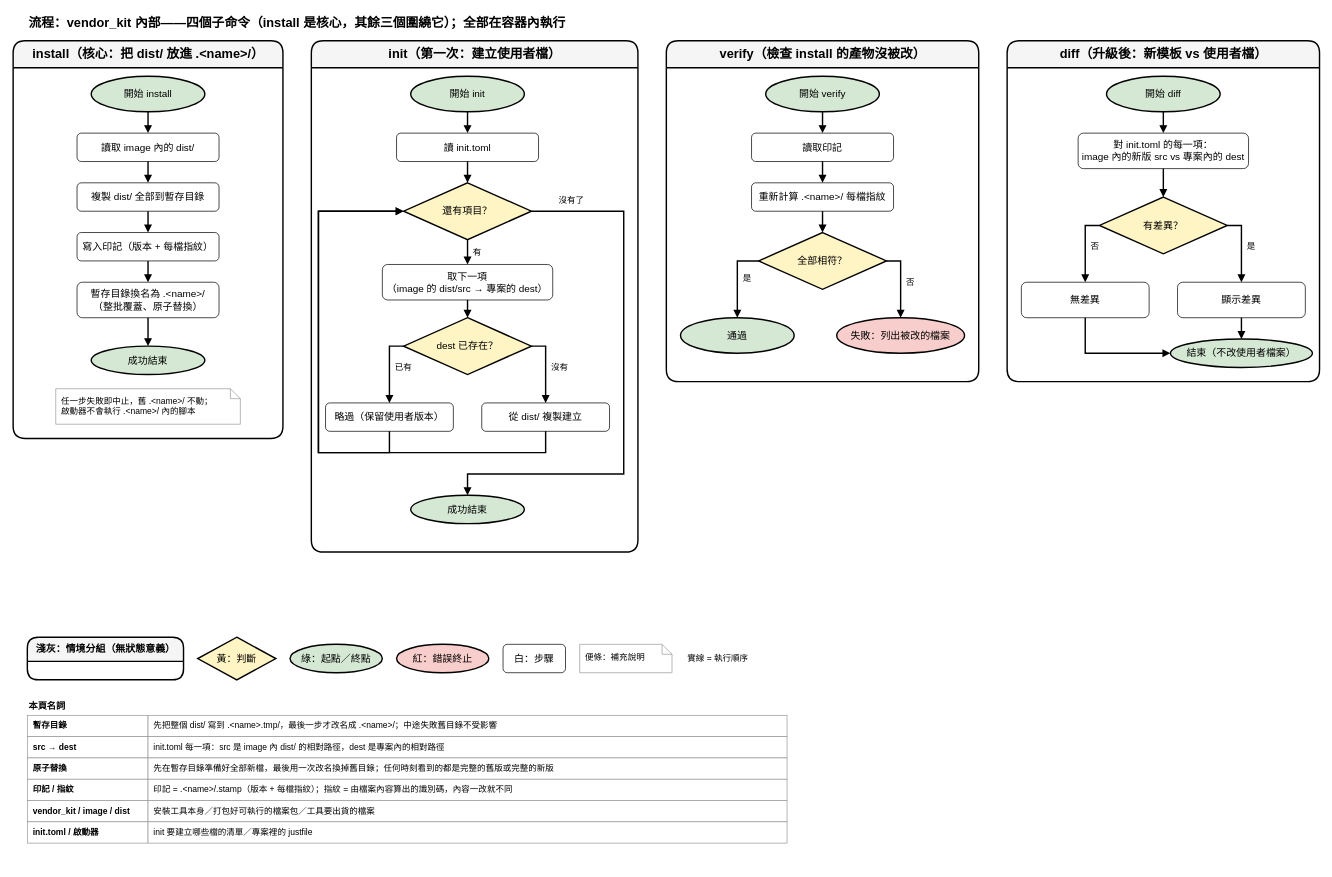
This is page "5. 流程：vendor_kit 內部" (5 of 7) of dist_distribution.drawio from ycpss91255-research/vendor_kit, a draw.io file, before an edit. Source tidied: cells renumbered, new cells numbered last; positions are measured from the earlier drawing's top-left corner, leaving out a move shared by most shapes. Both pictures are drawn from the tidied source at 71%, with x=0, y=0 at pixel (13, 12).
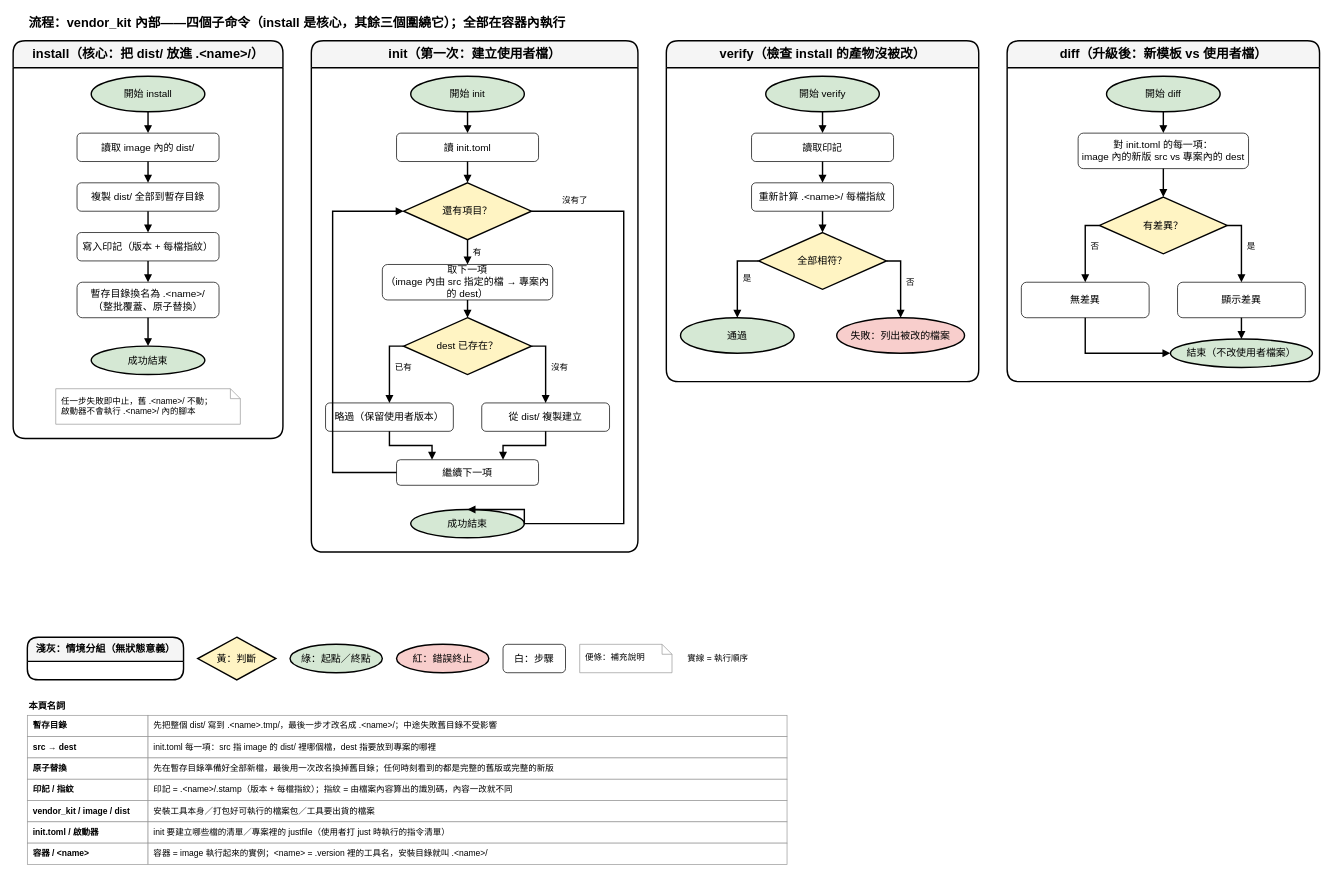
Above is the later version.

Unchanged cells that the change refers to:
```xml
<mxCell id="16" value="init（第一次：建立使用者檔）" style="swimlane;html=1;rounded=1;startSize=38;fontStyle=1;fontSize=18;fillColor=#f5f5f5;swimlaneFillColor=#ffffff;strokeColor=#000000;strokeWidth=2;" parent="1" vertex="1">
  <mxGeometry x="420" y="40" width="460" height="720" as="geometry" />
</mxCell>
<mxCell id="19" value="還有項目？" style="rhombus;whiteSpace=wrap;html=1;fillColor=#FFF4C3;strokeColor=#000000;strokeWidth=2;fontSize=14;" parent="16" vertex="1">
  <mxGeometry x="130" y="200" width="180" height="80" as="geometry" />
</mxCell>
<mxCell id="22" value="略過（保留使用者版本）" style="rounded=1;whiteSpace=wrap;html=1;fillColor=#ffffff;strokeColor=light-dark(#000000,#9577A3);fontSize=14;strokeWidth=1;" parent="16" vertex="1">
  <mxGeometry x="20" y="510" width="180" height="40" as="geometry" />
</mxCell>
<mxCell id="23" value="從 dist/ 複製建立" style="rounded=1;whiteSpace=wrap;html=1;fillColor=#ffffff;strokeColor=light-dark(#000000,#9577A3);fontSize=14;strokeWidth=1;" parent="16" vertex="1">
  <mxGeometry x="240" y="510" width="180" height="40" as="geometry" />
</mxCell>
```

What changed in the source:
```diff
@@
-    <mxCell id="20" value="取下一項&lt;br&gt;（image 的 dist/src → 專案的 dest）" style="rounded=1;whiteSpace=wrap;html=1;fillColor=#ffffff;strokeColor=light-dark(#000000,#9577A3);fontSize=14;strokeWidth=1;" parent="16" vertex="1">
+    <mxCell id="20" value="取下一項&lt;br&gt;（image 內由 src 指定的檔 → 專案內的 dest）" style="rounded=1;whiteSpace=wrap;html=1;fillColor=#ffffff;strokeColor=light-dark(#000000,#9577A3);fontSize=14;strokeWidth=1;" parent="16" vertex="1">
       <mxGeometry x="100" y="315" width="240" height="50" as="geometry" />
     </mxCell>
@@
+    <mxCell id="79" value="繼續下一項" style="rounded=1;whiteSpace=wrap;html=1;fillColor=#ffffff;strokeColor=light-dark(#000000,#9577A3);fontSize=14;strokeWidth=1;" parent="16" vertex="1">
+      <mxGeometry x="120" y="590" width="200" height="36" as="geometry" />
+    </mxCell>
     <mxCell id="24" value="成功結束" style="ellipse;whiteSpace=wrap;html=1;fillColor=#d5e8d4;strokeColor=#000000;strokeWidth=2;fontSize=14;" parent="16" vertex="1">
-      <mxGeometry x="140" y="640" width="160" height="40" as="geometry" />
+      <mxGeometry x="140" y="660" width="160" height="40" as="geometry" />
     </mxCell>
@@
     <mxCell id="31" value="沒有了" style="edgeStyle=orthogonalEdgeStyle;rounded=0;jettySize=auto;html=1;strokeColor=default;strokeWidth=2;align=center;verticalAlign=bottom;spacingBottom=6;fontFamily=Helvetica;fontSize=12;fontColor=default;labelBorderColor=none;labelBackgroundColor=none;endArrow=block;endFill=1;exitX=1;exitY=0.5;exitDx=0;exitDy=0;entryX=0.5;entryY=0;entryDx=0;entryDy=0;" parent="16" edge="1" source="19" target="24">
       <mxGeometry x="-0.85" relative="1" as="geometry">
         <Array as="points">
           <mxPoint x="440" y="240" />
-          <mxPoint x="440" y="610" />
-          <mxPoint x="220" y="610" />
+          <mxPoint x="440" y="680" />
+          <mxPoint x="300" y="680" />
         </Array>
       </mxGeometry>
     </mxCell>
-    <mxCell id="32" style="edgeStyle=orthogonalEdgeStyle;rounded=0;jettySize=auto;html=1;strokeColor=default;strokeWidth=2;align=center;verticalAlign=bottom;spacingBottom=6;fontFamily=Helvetica;fontSize=12;fontColor=default;labelBorderColor=none;labelBackgroundColor=none;endArrow=block;endFill=1;exitX=0.5;exitY=1;exitDx=0;exitDy=0;entryX=0;entryY=0.5;entryDx=0;entryDy=0;" parent="16" edge="1" source="22" target="19">
-      <mxGeometry relative="1" as="geometry">
-        <Array as="points">
-          <mxPoint x="110" y="580" />
-          <mxPoint x="10" y="580" />
-          <mxPoint x="10" y="240" />
-        </Array>
-      </mxGeometry>
+    <mxCell id="32" style="edgeStyle=orthogonalEdgeStyle;rounded=0;jettySize=auto;html=1;strokeColor=default;strokeWidth=2;align=center;verticalAlign=bottom;spacingBottom=6;fontFamily=Helvetica;fontSize=12;fontColor=default;labelBorderColor=none;labelBackgroundColor=none;endArrow=block;endFill=1;exitX=0.5;exitY=1;exitDx=0;exitDy=0;entryX=0.25;entryY=0;entryDx=0;entryDy=0;" parent="1" edge="1" source="22" target="79">
+      <mxGeometry relative="1" as="geometry" />
     </mxCell>
-    <mxCell id="33" style="edgeStyle=orthogonalEdgeStyle;rounded=0;jettySize=auto;html=1;strokeColor=default;strokeWidth=2;align=center;verticalAlign=bottom;spacingBottom=6;fontFamily=Helvetica;fontSize=12;fontColor=default;labelBorderColor=none;labelBackgroundColor=none;endArrow=block;endFill=1;exitX=0.5;exitY=1;exitDx=0;exitDy=0;entryX=0;entryY=0.5;entryDx=0;entryDy=0;" parent="16" edge="1" source="23" target="19">
-      <mxGeometry relative="1" as="geometry">
-        <Array as="points">
-          <mxPoint x="330" y="580" />
-          <mxPoint x="10" y="580" />
-          <mxPoint x="10" y="240" />
-        </Array>
-      </mxGeometry>
+    <mxCell id="33" style="edgeStyle=orthogonalEdgeStyle;rounded=0;jettySize=auto;html=1;strokeColor=default;strokeWidth=2;align=center;verticalAlign=bottom;spacingBottom=6;fontFamily=Helvetica;fontSize=12;fontColor=default;labelBorderColor=none;labelBackgroundColor=none;endArrow=block;endFill=1;exitX=0.5;exitY=1;exitDx=0;exitDy=0;entryX=0.75;entryY=0;entryDx=0;entryDy=0;" parent="1" edge="1" source="23" target="79">
+      <mxGeometry relative="1" as="geometry" />
     </mxCell>
+    <mxCell id="80" style="edgeStyle=orthogonalEdgeStyle;rounded=0;jettySize=auto;html=1;strokeColor=default;strokeWidth=2;align=center;verticalAlign=bottom;spacingBottom=6;fontFamily=Helvetica;fontSize=12;fontColor=default;labelBorderColor=none;labelBackgroundColor=none;endArrow=block;endFill=1;exitX=0;exitY=0.5;exitDx=0;exitDy=0;entryX=0;entryY=0.5;entryDx=0;entryDy=0;" parent="16" edge="1" source="79" target="19">
+      <mxGeometry relative="1" as="geometry">
+        <Array as="points">
+          <mxPoint x="30" y="608" />
+          <mxPoint x="30" y="240" />
+        </Array>
+      </mxGeometry>
+    </mxCell>
@@
-    <mxCell id="70" value="init.toml 每一項：src 是 image 內 dist/ 的相對路徑，dest 是專案內的相對路徑" style="rounded=0;whiteSpace=wrap;html=1;fillColor=#ffffff;strokeColor=#999999;fontSize=12;align=left;spacingLeft=6;strokeWidth=1;" parent="1" vertex="1">
+    <mxCell id="70" value="init.toml 每一項：src 指 image 的 dist/ 裡哪個檔，dest 指要放到專案的哪裡" style="rounded=0;whiteSpace=wrap;html=1;fillColor=#ffffff;strokeColor=#999999;fontSize=12;align=left;spacingLeft=6;strokeWidth=1;" parent="1" vertex="1">
       <mxGeometry x="190" y="1020" width="900" height="30" as="geometry" />
     </mxCell>
@@
-    <mxCell id="78" value="init 要建立哪些檔的清單／專案裡的 justfile" style="rounded=0;whiteSpace=wrap;html=1;fillColor=#ffffff;strokeColor=#999999;fontSize=12;align=left;spacingLeft=6;strokeWidth=1;" parent="1" vertex="1">
+    <mxCell id="78" value="init 要建立哪些檔的清單／專案裡的 justfile（使用者打 just 時執行的指令清單）" style="rounded=0;whiteSpace=wrap;html=1;fillColor=#ffffff;strokeColor=#999999;fontSize=12;align=left;spacingLeft=6;strokeWidth=1;" parent="1" vertex="1">
       <mxGeometry x="190" y="1140" width="900" height="30" as="geometry" />
     </mxCell>
+    <mxCell id="81" value="容器 / &amp;lt;name&amp;gt;" style="rounded=0;whiteSpace=wrap;html=1;fillColor=#ffffff;strokeColor=#999999;fontSize=12;fontStyle=1;align=left;spacingLeft=6;strokeWidth=1;" parent="1" vertex="1">
+      <mxGeometry x="20" y="1170" width="170" height="30" as="geometry" />
+    </mxCell>
+    <mxCell id="82" value="容器 = image 執行起來的實例；&amp;lt;name&amp;gt; = .version 裡的工具名，安裝目錄就叫 .&amp;lt;name&amp;gt;/" style="rounded=0;whiteSpace=wrap;html=1;fillColor=#ffffff;strokeColor=#999999;fontSize=12;align=left;spacingLeft=6;strokeWidth=1;" parent="1" vertex="1">
+      <mxGeometry x="190" y="1170" width="900" height="30" as="geometry" />
+    </mxCell>
```
